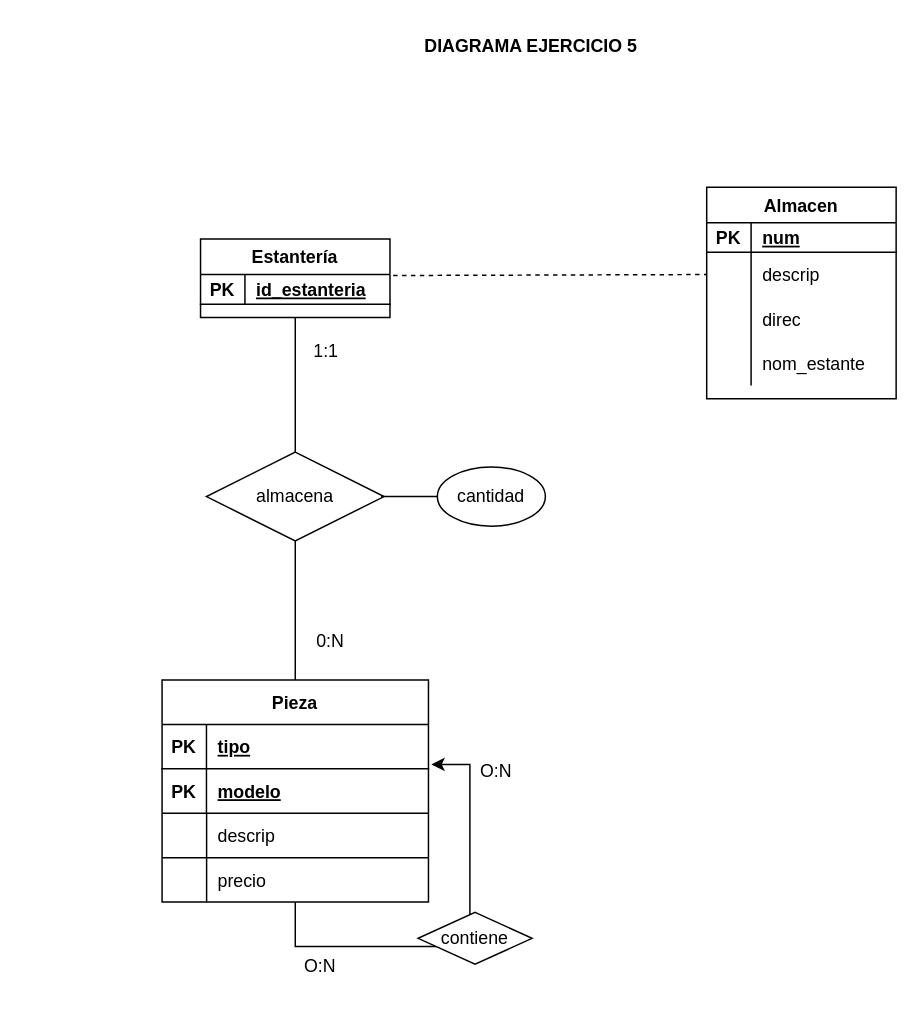
JuanMarinG/TA12_MYSQL keeps this draw.io diagram as Ex5.drawio. Above is the earlier version. Source tidied: cells renumbered, new cells numbered last; positions are measured from the earlier drawing's top-left corner, leaving out a move shared by most shapes. Both pictures are drawn from the tidied source at 148%, with x=0, y=0 at pixel (161, 25).
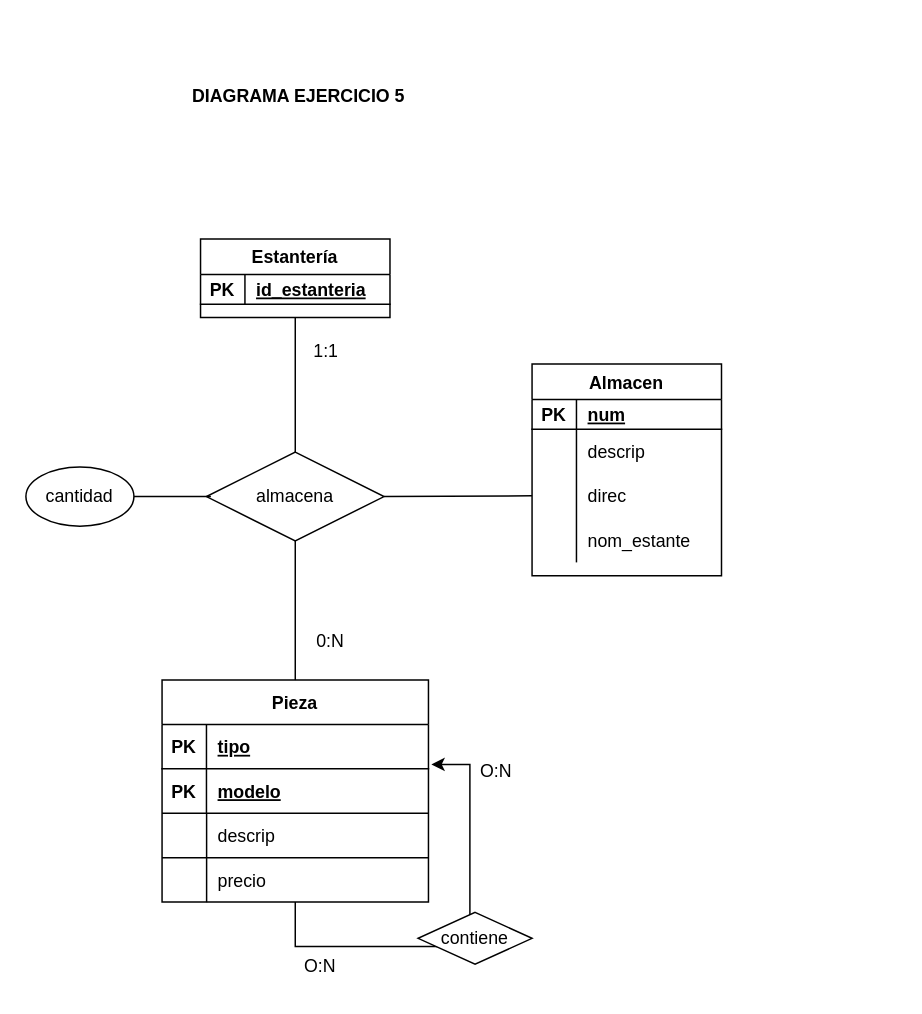
The same page after the edit.

Commit message:
Reestructura relacion tablas

Unchanged cells that the change refers to:
```xml
<mxCell id="14" style="shape=tableRow;horizontal=0;startSize=0;swimlaneHead=0;swimlaneBody=0;fillColor=none;points=[[0,0.5],[1,0.5]];portConstraint=eastwest;top=0;left=0;right=0;bottom=0;" parent="10" vertex="1">
  <mxGeometry y="44" width="128" height="30" as="geometry" />
</mxCell>
<mxCell id="17" style="shape=tableRow;horizontal=0;startSize=0;swimlaneHead=0;swimlaneBody=0;fillColor=none;points=[[0,0.5],[1,0.5]];portConstraint=eastwest;top=0;left=0;right=0;bottom=0;" parent="10" vertex="1">
  <mxGeometry y="74" width="128" height="30" as="geometry" />
</mxCell>
<mxCell id="30" style="shape=tableRow;horizontal=0;startSize=0;swimlaneHead=0;swimlaneBody=0;fillColor=none;points=[[0,0.5],[1,0.5]];portConstraint=eastwest;top=0;left=0;right=0;bottom=1;" parent="29" vertex="1">
  <mxGeometry y="24" width="128" height="20" as="geometry" />
</mxCell>
<mxCell id="35" value="almacena" style="shape=rhombus;perimeter=rhombusPerimeter;whiteSpace=wrap;html=1;align=center;" parent="1" vertex="1">
  <mxGeometry x="30" y="288" width="120" height="60" as="geometry" />
</mxCell>
```

The edit, as a diff of the source:
```diff
@@
     <mxCell id="10" value="Almacen" style="shape=table;startSize=24;childLayout=tableLayout;rowLines=0;fontStyle=1;align=center;" parent="1" vertex="1">
-      <mxGeometry x="368" y="109" width="128" height="143" as="geometry" />
+      <mxGeometry x="250" y="228.5" width="128" height="143" as="geometry" />
     </mxCell>
@@
     <mxCell id="38" style="line;strokeWidth=1;dashed=0;labelPosition=right;align=left;verticalAlign=middle;spacingTop=0;spacingLeft=6;" parent="1" vertex="1">
-      <mxGeometry x="148" y="313" width="60" height="10" as="geometry" />
+      <mxGeometry x="-27" y="313" width="60" height="10" as="geometry" />
     </mxCell>
     <mxCell id="39" value="cantidad" style="ellipse;whiteSpace=wrap;html=1;align=center;" parent="1" vertex="1">
-      <mxGeometry x="186" y="298" width="73" height="40" as="geometry" />
+      <mxGeometry x="-92" y="298" width="73" height="40" as="geometry" />
     </mxCell>
@@
     <mxCell id="43" value="&lt;div&gt;&lt;b&gt;DIAGRAMA EJERCICIO 5&lt;/b&gt;&lt;/div&gt;&lt;div&gt;&lt;br&gt;&lt;/div&gt;" style="text;html=1;align=center;verticalAlign=middle;strokeColor=none;fillColor=none;" parent="1" vertex="1">
-      <mxGeometry x="173" width="152" height="41" as="geometry" />
+      <mxGeometry x="16" y="34" width="152" height="41" as="geometry" />
     </mxCell>
-    <mxCell id="44" style="endArrow=none;dashed=1;html=1;rounded=0;entryX=0;entryY=0.5;entryDx=0;entryDy=0;exitX=1.017;exitY=0.033;exitDx=0;exitDy=0;exitPerimeter=0;" parent="1" edge="1" source="30" target="14">
-      <mxGeometry relative="1" as="geometry" />
-    </mxCell>
+    <mxCell id="45" style="endArrow=none;html=1;rounded=0;exitX=1;exitY=0.5;exitDx=0;exitDy=0;entryX=0;entryY=0.5;entryDx=0;entryDy=0;" parent="1" edge="1" source="35" target="17">
+      <mxGeometry relative="1" as="geometry" />
+    </mxCell>
```
